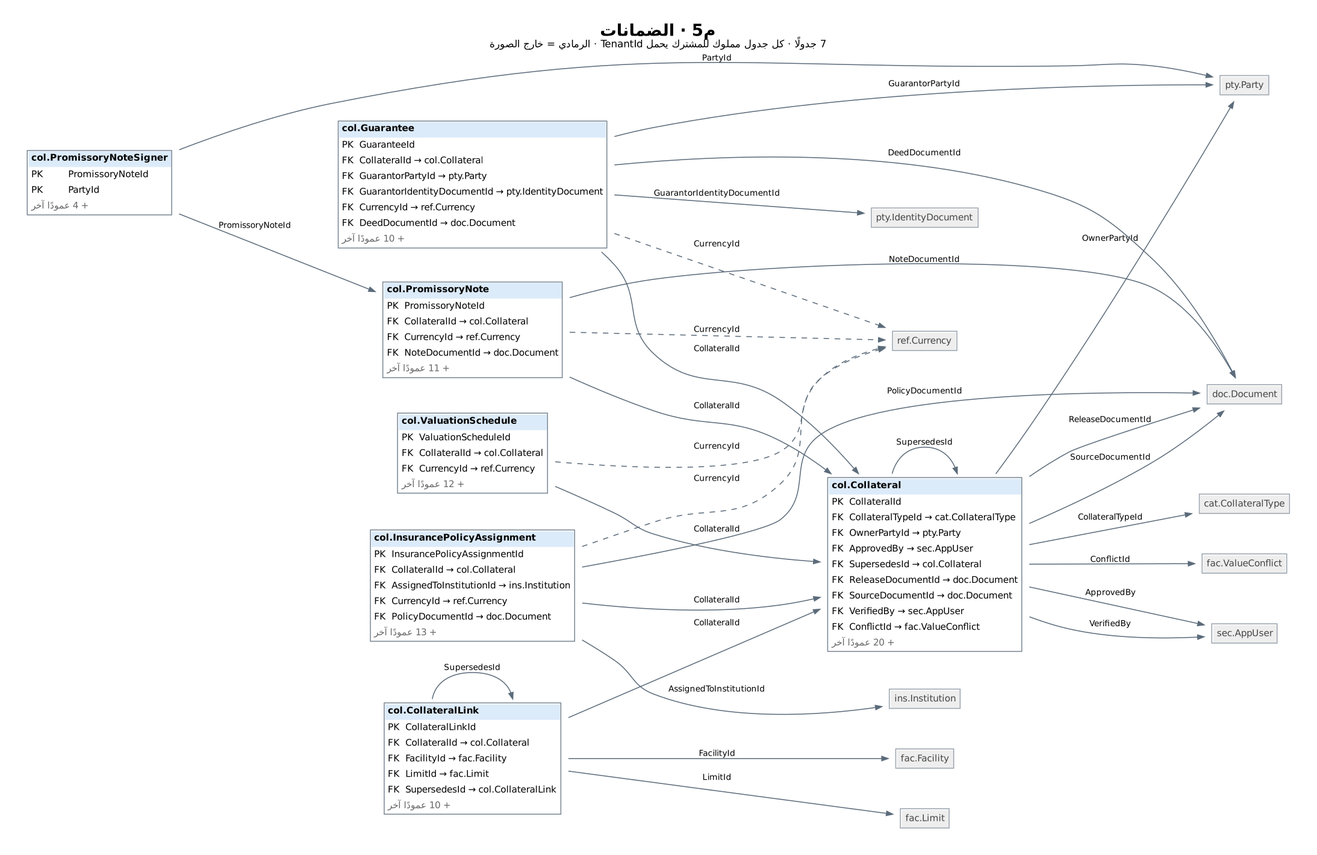
Before: treasury-platform/docs/diagrams/erd_m5_collateral.png, a diagram exported from Graphviz (thawrasy/smartlines). Its source is kept beside it as treasury-platform/docs/diagrams/src/erd_m5_collateral.dot.
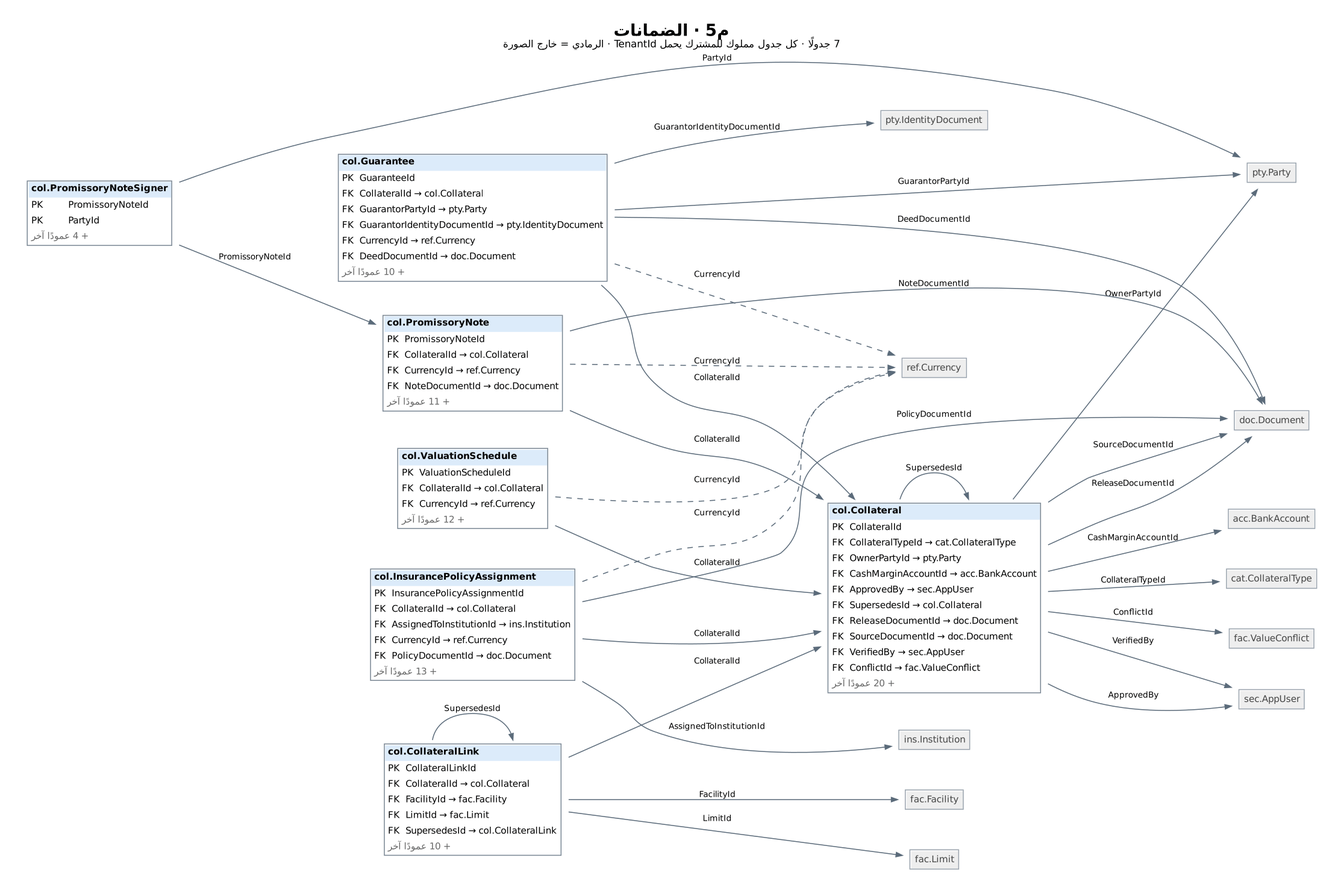
The same file after the commit.

The edit, as a diff of the source:
```diff
@@ -2,13 +2,14 @@
   graph [fontname="DejaVu Sans", fontsize=18, label=<<B>م5 · الضمانات</B><BR/><FONT POINT-SIZE="11">7 جدولًا · كل جدول مملوك للمشترك يحمل TenantId · الرمادي = خارج الصورة</FONT>>, labelloc=t, rankdir=LR, nodesep=0.4, ranksep=1.2, pad=0.3, bgcolor="white", splines=true];
   node [shape=plaintext, fontname="DejaVu Sans", fontsize=10];
   edge [fontname="DejaVu Sans", fontsize=9, color="#5B6B7A", arrowsize=0.7];
-  "col.Collateral" [label=<<TABLE BORDER="1" CELLBORDER="0" CELLSPACING="0" CELLPADDING="3" COLOR="#7A8794"><TR><TD BGCOLOR="#DCEBFA" ALIGN="LEFT" COLSPAN="2"><B>col.Collateral</B></TD></TR><TR><TD ALIGN="LEFT">PK</TD><TD ALIGN="LEFT">CollateralId</TD></TR><TR><TD ALIGN="LEFT">FK</TD><TD ALIGN="LEFT">CollateralTypeId → cat.CollateralType</TD></TR><TR><TD ALIGN="LEFT">FK</TD><TD ALIGN="LEFT">OwnerPartyId → pty.Party</TD></TR><TR><TD ALIGN="LEFT">FK</TD><TD ALIGN="LEFT">ApprovedBy → sec.AppUser</TD></TR><TR><TD ALIGN="LEFT">FK</TD><TD ALIGN="LEFT">SupersedesId → col.Collateral</TD></TR><TR><TD ALIGN="LEFT">FK</TD><TD ALIGN="LEFT">ReleaseDocumentId → doc.Document</TD></TR><TR><TD ALIGN="LEFT">FK</TD><TD ALIGN="LEFT">SourceDocumentId → doc.Document</TD></TR><TR><TD ALIGN="LEFT">FK</TD><TD ALIGN="LEFT">VerifiedBy → sec.AppUser</TD></TR><TR><TD ALIGN="LEFT">FK</TD><TD ALIGN="LEFT">ConflictId → fac.ValueConflict</TD></TR><TR><TD ALIGN="LEFT" COLSPAN="2"><FONT COLOR="#666666">+ 20 عمودًا آخر</FONT></TD></TR></TABLE>>];
+  "col.Collateral" [label=<<TABLE BORDER="1" CELLBORDER="0" CELLSPACING="0" CELLPADDING="3" COLOR="#7A8794"><TR><TD BGCOLOR="#DCEBFA" ALIGN="LEFT" COLSPAN="2"><B>col.Collateral</B></TD></TR><TR><TD ALIGN="LEFT">PK</TD><TD ALIGN="LEFT">CollateralId</TD></TR><TR><TD ALIGN="LEFT">FK</TD><TD ALIGN="LEFT">CollateralTypeId → cat.CollateralType</TD></TR><TR><TD ALIGN="LEFT">FK</TD><TD ALIGN="LEFT">OwnerPartyId → pty.Party</TD></TR><TR><TD ALIGN="LEFT">FK</TD><TD ALIGN="LEFT">CashMarginAccountId → acc.BankAccount</TD></TR><TR><TD ALIGN="LEFT">FK</TD><TD ALIGN="LEFT">ApprovedBy → sec.AppUser</TD></TR><TR><TD ALIGN="LEFT">FK</TD><TD ALIGN="LEFT">SupersedesId → col.Collateral</TD></TR><TR><TD ALIGN="LEFT">FK</TD><TD ALIGN="LEFT">ReleaseDocumentId → doc.Document</TD></TR><TR><TD ALIGN="LEFT">FK</TD><TD ALIGN="LEFT">SourceDocumentId → doc.Document</TD></TR><TR><TD ALIGN="LEFT">FK</TD><TD ALIGN="LEFT">VerifiedBy → sec.AppUser</TD></TR><TR><TD ALIGN="LEFT">FK</TD><TD ALIGN="LEFT">ConflictId → fac.ValueConflict</TD></TR><TR><TD ALIGN="LEFT" COLSPAN="2"><FONT COLOR="#666666">+ 20 عمودًا آخر</FONT></TD></TR></TABLE>>];
   "col.CollateralLink" [label=<<TABLE BORDER="1" CELLBORDER="0" CELLSPACING="0" CELLPADDING="3" COLOR="#7A8794"><TR><TD BGCOLOR="#DCEBFA" ALIGN="LEFT" COLSPAN="2"><B>col.CollateralLink</B></TD></TR><TR><TD ALIGN="LEFT">PK</TD><TD ALIGN="LEFT">CollateralLinkId</TD></TR><TR><TD ALIGN="LEFT">FK</TD><TD ALIGN="LEFT">CollateralId → col.Collateral</TD></TR><TR><TD ALIGN="LEFT">FK</TD><TD ALIGN="LEFT">FacilityId → fac.Facility</TD></TR><TR><TD ALIGN="LEFT">FK</TD><TD ALIGN="LEFT">LimitId → fac.Limit</TD></TR><TR><TD ALIGN="LEFT">FK</TD><TD ALIGN="LEFT">SupersedesId → col.CollateralLink</TD></TR><TR><TD ALIGN="LEFT" COLSPAN="2"><FONT COLOR="#666666">+ 10 عمودًا آخر</FONT></TD></TR></TABLE>>];
   "col.Guarantee" [label=<<TABLE BORDER="1" CELLBORDER="0" CELLSPACING="0" CELLPADDING="3" COLOR="#7A8794"><TR><TD BGCOLOR="#DCEBFA" ALIGN="LEFT" COLSPAN="2"><B>col.Guarantee</B></TD></TR><TR><TD ALIGN="LEFT">PK</TD><TD ALIGN="LEFT">GuaranteeId</TD></TR><TR><TD ALIGN="LEFT">FK</TD><TD ALIGN="LEFT">CollateralId → col.Collateral</TD></TR><TR><TD ALIGN="LEFT">FK</TD><TD ALIGN="LEFT">GuarantorPartyId → pty.Party</TD></TR><TR><TD ALIGN="LEFT">FK</TD><TD ALIGN="LEFT">GuarantorIdentityDocumentId → pty.IdentityDocument</TD></TR><TR><TD ALIGN="LEFT">FK</TD><TD ALIGN="LEFT">CurrencyId → ref.Currency</TD></TR><TR><TD ALIGN="LEFT">FK</TD><TD ALIGN="LEFT">DeedDocumentId → doc.Document</TD></TR><TR><TD ALIGN="LEFT" COLSPAN="2"><FONT COLOR="#666666">+ 10 عمودًا آخر</FONT></TD></TR></TABLE>>];
   "col.InsurancePolicyAssignment" [label=<<TABLE BORDER="1" CELLBORDER="0" CELLSPACING="0" CELLPADDING="3" COLOR="#7A8794"><TR><TD BGCOLOR="#DCEBFA" ALIGN="LEFT" COLSPAN="2"><B>col.InsurancePolicyAssignment</B></TD></TR><TR><TD ALIGN="LEFT">PK</TD><TD ALIGN="LEFT">InsurancePolicyAssignmentId</TD></TR><TR><TD ALIGN="LEFT">FK</TD><TD ALIGN="LEFT">CollateralId → col.Collateral</TD></TR><TR><TD ALIGN="LEFT">FK</TD><TD ALIGN="LEFT">AssignedToInstitutionId → ins.Institution</TD></TR><TR><TD ALIGN="LEFT">FK</TD><TD ALIGN="LEFT">CurrencyId → ref.Currency</TD></TR><TR><TD ALIGN="LEFT">FK</TD><TD ALIGN="LEFT">PolicyDocumentId → doc.Document</TD></TR><TR><TD ALIGN="LEFT" COLSPAN="2"><FONT COLOR="#666666">+ 13 عمودًا آخر</FONT></TD></TR></TABLE>>];
   "col.PromissoryNote" [label=<<TABLE BORDER="1" CELLBORDER="0" CELLSPACING="0" CELLPADDING="3" COLOR="#7A8794"><TR><TD BGCOLOR="#DCEBFA" ALIGN="LEFT" COLSPAN="2"><B>col.PromissoryNote</B></TD></TR><TR><TD ALIGN="LEFT">PK</TD><TD ALIGN="LEFT">PromissoryNoteId</TD></TR><TR><TD ALIGN="LEFT">FK</TD><TD ALIGN="LEFT">CollateralId → col.Collateral</TD></TR><TR><TD ALIGN="LEFT">FK</TD><TD ALIGN="LEFT">CurrencyId → ref.Currency</TD></TR><TR><TD ALIGN="LEFT">FK</TD><TD ALIGN="LEFT">NoteDocumentId → doc.Document</TD></TR><TR><TD ALIGN="LEFT" COLSPAN="2"><FONT COLOR="#666666">+ 11 عمودًا آخر</FONT></TD></TR></TABLE>>];
   "col.PromissoryNoteSigner" [label=<<TABLE BORDER="1" CELLBORDER="0" CELLSPACING="0" CELLPADDING="3" COLOR="#7A8794"><TR><TD BGCOLOR="#DCEBFA" ALIGN="LEFT" COLSPAN="2"><B>col.PromissoryNoteSigner</B></TD></TR><TR><TD ALIGN="LEFT">PK</TD><TD ALIGN="LEFT">PromissoryNoteId</TD></TR><TR><TD ALIGN="LEFT">PK</TD><TD ALIGN="LEFT">PartyId</TD></TR><TR><TD ALIGN="LEFT" COLSPAN="2"><FONT COLOR="#666666">+ 4 عمودًا آخر</FONT></TD></TR></TABLE>>];
   "col.ValuationSchedule" [label=<<TABLE BORDER="1" CELLBORDER="0" CELLSPACING="0" CELLPADDING="3" COLOR="#7A8794"><TR><TD BGCOLOR="#DCEBFA" ALIGN="LEFT" COLSPAN="2"><B>col.ValuationSchedule</B></TD></TR><TR><TD ALIGN="LEFT">PK</TD><TD ALIGN="LEFT">ValuationScheduleId</TD></TR><TR><TD ALIGN="LEFT">FK</TD><TD ALIGN="LEFT">CollateralId → col.Collateral</TD></TR><TR><TD ALIGN="LEFT">FK</TD><TD ALIGN="LEFT">CurrencyId → ref.Currency</TD></TR><TR><TD ALIGN="LEFT" COLSPAN="2"><FONT COLOR="#666666">+ 12 عمودًا آخر</FONT></TD></TR></TABLE>>];
+  "acc.BankAccount" [label=<<TABLE BORDER="1" CELLBORDER="0" CELLSPACING="0" CELLPADDING="4" COLOR="#9AA3AD"><TR><TD BGCOLOR="#EEEEEE"><FONT COLOR="#444444">acc.BankAccount</FONT></TD></TR></TABLE>>];
   "cat.CollateralType" [label=<<TABLE BORDER="1" CELLBORDER="0" CELLSPACING="0" CELLPADDING="4" COLOR="#9AA3AD"><TR><TD BGCOLOR="#EEEEEE"><FONT COLOR="#444444">cat.CollateralType</FONT></TD></TR></TABLE>>];
   "doc.Document" [label=<<TABLE BORDER="1" CELLBORDER="0" CELLSPACING="0" CELLPADDING="4" COLOR="#9AA3AD"><TR><TD BGCOLOR="#EEEEEE"><FONT COLOR="#444444">doc.Document</FONT></TD></TR></TABLE>>];
   "fac.Facility" [label=<<TABLE BORDER="1" CELLBORDER="0" CELLSPACING="0" CELLPADDING="4" COLOR="#9AA3AD"><TR><TD BGCOLOR="#EEEEEE"><FONT COLOR="#444444">fac.Facility</FONT></TD></TR></TABLE>>];
@@ -19,6 +20,7 @@
   "pty.Party" [label=<<TABLE BORDER="1" CELLBORDER="0" CELLSPACING="0" CELLPADDING="4" COLOR="#9AA3AD"><TR><TD BGCOLOR="#EEEEEE"><FONT COLOR="#444444">pty.Party</FONT></TD></TR></TABLE>>];
   "ref.Currency" [label=<<TABLE BORDER="1" CELLBORDER="0" CELLSPACING="0" CELLPADDING="4" COLOR="#9AA3AD"><TR><TD BGCOLOR="#EEEEEE"><FONT COLOR="#444444">ref.Currency</FONT></TD></TR></TABLE>>];
   "sec.AppUser" [label=<<TABLE BORDER="1" CELLBORDER="0" CELLSPACING="0" CELLPADDING="4" COLOR="#9AA3AD"><TR><TD BGCOLOR="#EEEEEE"><FONT COLOR="#444444">sec.AppUser</FONT></TD></TR></TABLE>>];
+  "col.Collateral" -> "acc.BankAccount" [label="CashMarginAccountId", style=solid];
   "col.Collateral" -> "cat.CollateralType" [label="CollateralTypeId", style=solid];
   "col.Collateral" -> "col.Collateral" [label="SupersedesId", style=solid];
   "col.Collateral" -> "doc.Document" [label="ReleaseDocumentId", style=solid];
```
